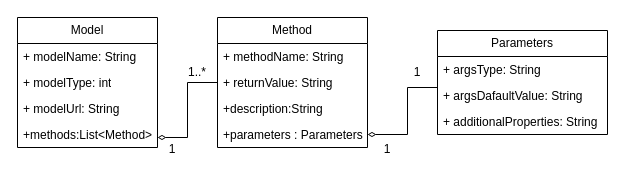
Before: ModelMethodParameter类.drawio in liujing-maker/IDEA, a draw.io diagram. Source tidied: cells renumbered, new cells numbered last; positions are measured from the earlier drawing's top-left corner, leaving out a move shared by most shapes. Both pictures are drawn from the tidied source at 100%, with x=0, y=0 at pixel (17, 17).
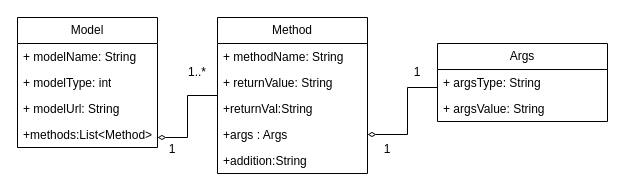
The same page after the edit.

The edit, as a diff of the source:
```diff
@@
     <mxCell id="7" value="Method" style="swimlane;fontStyle=0;horizontal=1;startSize=26;fillColor=none;whiteSpace=wrap;html=1;" parent="1" vertex="1">
-      <mxGeometry x="200" width="150" height="130" as="geometry" />
+      <mxGeometry x="200" width="150" height="156" as="geometry" />
     </mxCell>
@@
-    <mxCell id="10" value="+description:String" style="text;strokeColor=none;fillColor=none;align=left;verticalAlign=top;spacingLeft=4;spacingRight=4;overflow=hidden;whiteSpace=wrap;html=1;" parent="7" vertex="1">
+    <mxCell id="10" value="+returnVal:String" style="text;strokeColor=none;fillColor=none;align=left;verticalAlign=top;spacingLeft=4;spacingRight=4;overflow=hidden;whiteSpace=wrap;html=1;" parent="7" vertex="1">
       <mxGeometry y="78" width="150" height="26" as="geometry" />
     </mxCell>
-    <mxCell id="11" value="+parameters : Parameters" style="text;strokeColor=none;fillColor=none;align=left;verticalAlign=top;spacingLeft=4;spacingRight=4;overflow=hidden;points=[[0,0.5],[1,0.5]];portConstraint=eastwest;whiteSpace=wrap;html=1;" parent="7" vertex="1">
+    <mxCell id="11" value="+args : Args" style="text;strokeColor=none;fillColor=none;align=left;verticalAlign=top;spacingLeft=4;spacingRight=4;overflow=hidden;points=[[0,0.5],[1,0.5]];portConstraint=eastwest;whiteSpace=wrap;html=1;" parent="7" vertex="1">
       <mxGeometry y="104" width="150" height="26" as="geometry" />
     </mxCell>
+    <mxCell id="22" value="+addition:String" style="text;strokeColor=none;fillColor=none;align=left;verticalAlign=top;spacingLeft=4;spacingRight=4;overflow=hidden;whiteSpace=wrap;html=1;" parent="7" vertex="1">
+      <mxGeometry y="130" width="150" height="26" as="geometry" />
+    </mxCell>
@@
-    <mxCell id="13" value="Parameters" style="swimlane;fontStyle=0;horizontal=1;startSize=26;fillColor=none;whiteSpace=wrap;html=1;" parent="1" vertex="1">
-      <mxGeometry x="420" y="13" width="170" height="104" as="geometry" />
+    <mxCell id="13" value="Args" style="swimlane;fontStyle=0;horizontal=1;startSize=26;fillColor=none;whiteSpace=wrap;html=1;" parent="1" vertex="1">
+      <mxGeometry x="420" y="26" width="170" height="78" as="geometry" />
     </mxCell>
@@
-    <mxCell id="15" value="+ argsDafaultValue: String" style="text;strokeColor=none;fillColor=none;align=left;verticalAlign=top;spacingLeft=4;spacingRight=4;overflow=hidden;whiteSpace=wrap;html=1;" parent="13" vertex="1">
+    <mxCell id="15" value="+ argsValue: String" style="text;strokeColor=none;fillColor=none;align=left;verticalAlign=top;spacingLeft=4;spacingRight=4;overflow=hidden;whiteSpace=wrap;html=1;" parent="13" vertex="1">
       <mxGeometry y="52" width="170" height="26" as="geometry" />
     </mxCell>
-    <mxCell id="16" value="+ additionalProperties: String" style="text;strokeColor=none;fillColor=none;align=left;verticalAlign=top;spacingLeft=4;spacingRight=4;overflow=hidden;whiteSpace=wrap;html=1;" parent="13" vertex="1">
-      <mxGeometry y="78" width="170" height="26" as="geometry" />
-    </mxCell>
```
